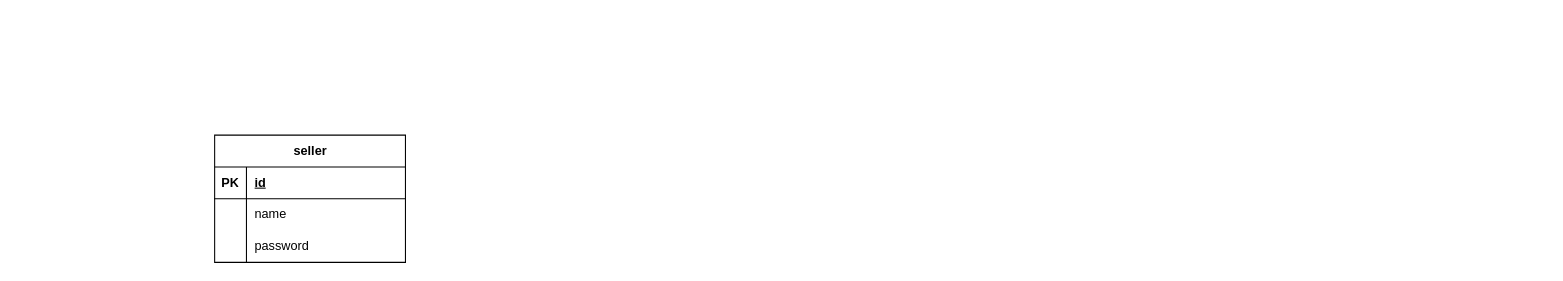
Above: page "seller" (1 of 9) of app.drawio in ernurQ/eat-web-diagrams (draw.io), before the change. Source tidied: cells renumbered, new cells numbered last; positions are measured from the earlier drawing's top-left corner, leaving out a move shared by most shapes. Both pictures are drawn from the tidied source at 106%, with x=0, y=0 at pixel (214, 135).
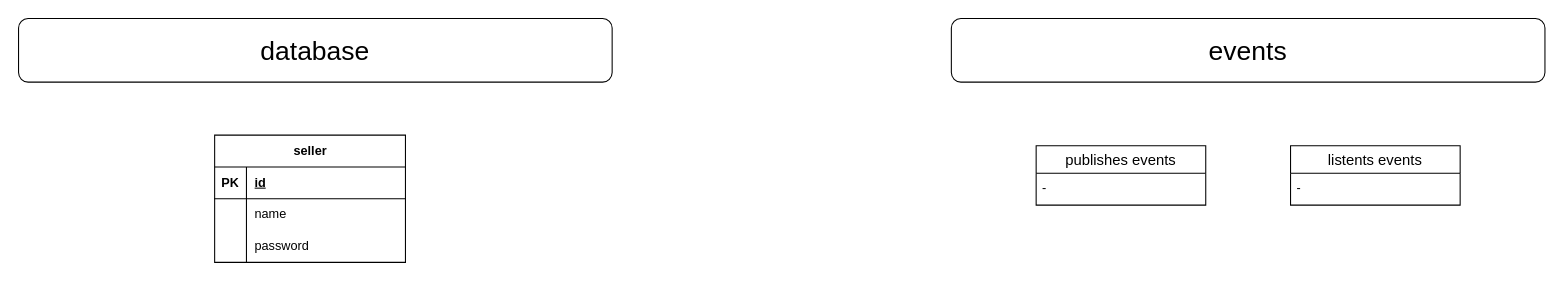
After the change.

Diff of the diagram source:
```diff
@@
 <mxGraphModel>
   <root>
     <mxCell id="0" />
     <mxCell id="1" parent="0" />
     <mxCell id="2" value="seller" style="shape=table;startSize=30;childLayout=tableLayout;rowLines=0;fontStyle=1;align=center;html=1;" parent="1" vertex="1">
       <mxGeometry width="180" height="120" as="geometry" />
     </mxCell>
     <mxCell id="3" style="shape=tableRow;horizontal=0;startSize=0;swimlaneHead=0;swimlaneBody=0;fillColor=none;top=0;left=0;right=0;bottom=1;" parent="2" vertex="1">
       <mxGeometry y="30" width="180" height="30" as="geometry" />
     </mxCell>
     <mxCell id="4" value="PK" style="shape=partialRectangle;fillColor=none;top=0;left=0;bottom=0;right=0;fontStyle=1;overflow=hidden;whiteSpace=wrap;html=1;" parent="3" vertex="1">
       <mxGeometry width="30" height="30" as="geometry" />
     </mxCell>
     <mxCell id="5" value="id" style="shape=partialRectangle;fillColor=none;top=0;left=0;bottom=0;right=0;align=left;spacingLeft=6;fontStyle=5;overflow=hidden;whiteSpace=wrap;html=1;" parent="3" vertex="1">
       <mxGeometry x="30" width="150" height="30" as="geometry" />
     </mxCell>
     <mxCell id="6" style="shape=tableRow;horizontal=0;startSize=0;swimlaneHead=0;swimlaneBody=0;fillColor=none;top=0;left=0;right=0;bottom=0;" parent="2" vertex="1">
       <mxGeometry y="60" width="180" height="30" as="geometry" />
     </mxCell>
     <mxCell id="7" style="shape=partialRectangle;fillColor=none;top=0;left=0;bottom=0;right=0;overflow=hidden;whiteSpace=wrap;html=1;" parent="6" vertex="1">
       <mxGeometry width="30" height="30" as="geometry" />
     </mxCell>
     <mxCell id="8" value="name" style="shape=partialRectangle;fillColor=none;top=0;left=0;bottom=0;right=0;align=left;spacingLeft=6;overflow=hidden;whiteSpace=wrap;html=1;" parent="6" vertex="1">
       <mxGeometry x="30" width="150" height="30" as="geometry" />
     </mxCell>
     <mxCell id="9" style="shape=tableRow;horizontal=0;startSize=0;swimlaneHead=0;swimlaneBody=0;fillColor=none;top=0;left=0;right=0;bottom=0;" parent="2" vertex="1">
       <mxGeometry y="90" width="180" height="30" as="geometry" />
     </mxCell>
     <mxCell id="10" style="shape=partialRectangle;fillColor=none;top=0;left=0;bottom=0;right=0;overflow=hidden;whiteSpace=wrap;html=1;" parent="9" vertex="1">
       <mxGeometry width="30" height="30" as="geometry" />
     </mxCell>
     <mxCell id="11" value="password" style="shape=partialRectangle;fillColor=none;top=0;left=0;bottom=0;right=0;align=left;spacingLeft=6;overflow=hidden;whiteSpace=wrap;html=1;" parent="9" vertex="1">
       <mxGeometry x="30" width="150" height="30" as="geometry" />
     </mxCell>
+    <mxCell id="12" value="&lt;font style=&quot;font-size: 25px;&quot;&gt;database&lt;/font&gt;" style="rounded=1;whiteSpace=wrap;html=1;" parent="1" vertex="1">
+      <mxGeometry x="-185" y="-110" width="560" height="60" as="geometry" />
+    </mxCell>
+    <mxCell id="13" value="&lt;font style=&quot;font-size: 25px;&quot;&gt;events&lt;/font&gt;" style="rounded=1;whiteSpace=wrap;html=1;" parent="1" vertex="1">
+      <mxGeometry x="695" y="-110" width="560" height="60" as="geometry" />
+    </mxCell>
+    <mxCell id="14" value="listents events" style="swimlane;fontStyle=0;horizontal=1;startSize=26;align=center;fontSize=14;" parent="1" vertex="1">
+      <mxGeometry x="1015" y="10" width="160" height="56" as="geometry" />
+    </mxCell>
+    <mxCell id="15" value="-" style="text;strokeColor=none;fillColor=none;spacingLeft=4;spacingRight=4;overflow=hidden;fontSize=12;whiteSpace=wrap;html=1;" parent="14" vertex="1">
+      <mxGeometry y="26" width="160" height="30" as="geometry" />
+    </mxCell>
+    <mxCell id="16" value="publishes events" style="swimlane;fontStyle=0;horizontal=1;startSize=26;align=center;fontSize=14;" parent="1" vertex="1">
+      <mxGeometry x="775" y="10" width="160" height="56" as="geometry" />
+    </mxCell>
+    <mxCell id="17" value="-" style="text;strokeColor=none;fillColor=none;spacingLeft=4;spacingRight=4;overflow=hidden;fontSize=12;whiteSpace=wrap;html=1;" parent="16" vertex="1">
+      <mxGeometry y="26" width="160" height="30" as="geometry" />
+    </mxCell>
   </root>
 </mxGraphModel>
```
